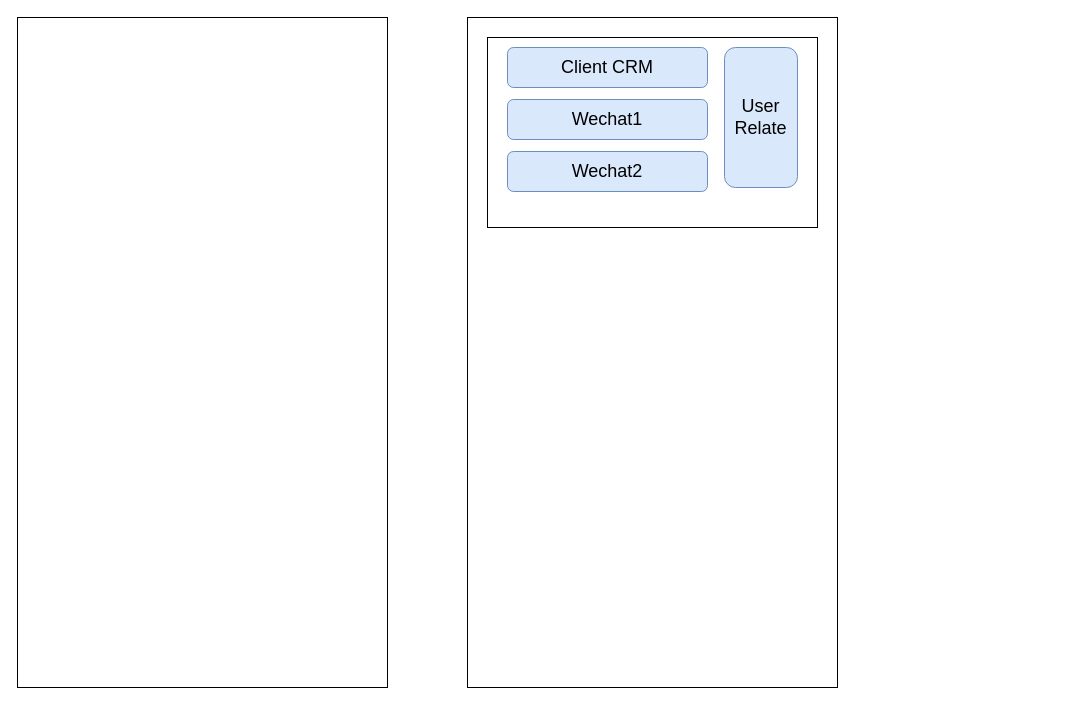
Before: Untitled Diagram.drawio in superjoeye/adhoc, a draw.io diagram. Source tidied: cells renumbered, new cells numbered last; positions are measured from the earlier drawing's top-left corner, leaving out a move shared by most shapes. Both pictures are drawn from the tidied source at 100%, with x=0, y=0 at pixel (17, 17).
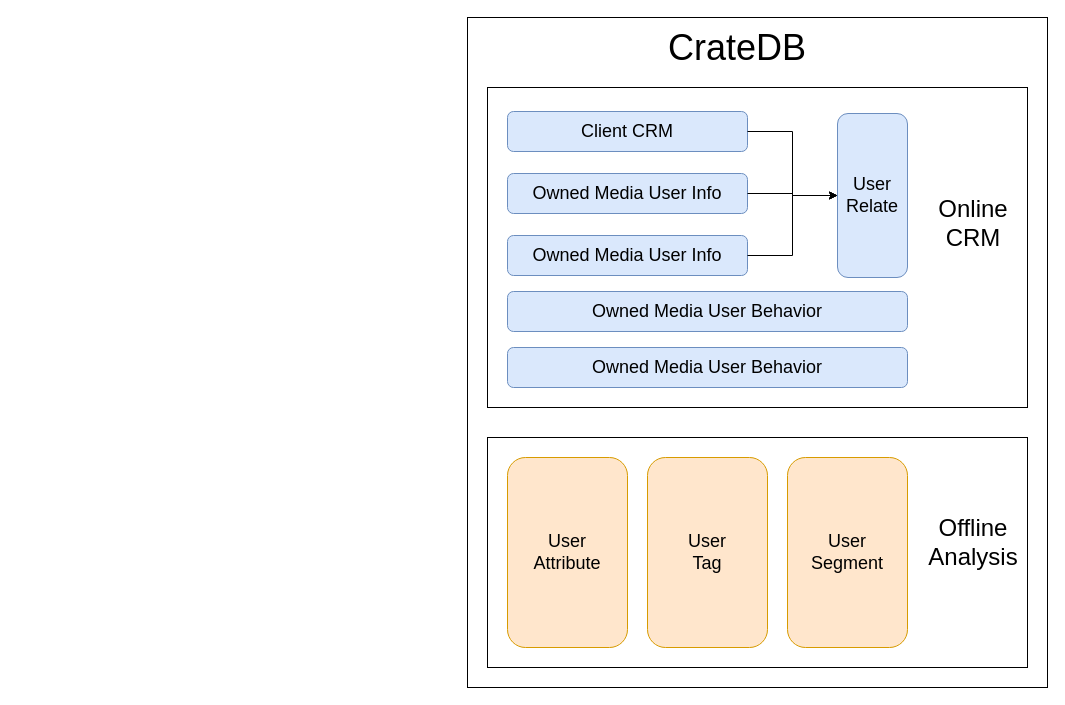
Above is the later version.

What changed in the source:
```diff
@@
 <mxGraphModel>
   <root>
     <mxCell id="0" />
     <mxCell id="1" parent="0" />
-    <mxCell id="2" style="rounded=0;whiteSpace=wrap;html=1;" parent="1" vertex="1">
-      <mxGeometry width="370" height="670" as="geometry" />
-    </mxCell>
     <mxCell id="3" style="rounded=0;whiteSpace=wrap;html=1;" parent="1" vertex="1">
-      <mxGeometry x="450" width="370" height="670" as="geometry" />
+      <mxGeometry x="450" width="580" height="670" as="geometry" />
     </mxCell>
+    <mxCell id="9" value="&lt;font style=&quot;font-size: 36px&quot;&gt;CrateDB&lt;/font&gt;" style="text;html=1;strokeColor=none;fillColor=none;align=center;verticalAlign=middle;whiteSpace=wrap;rounded=0;" parent="1" vertex="1">
+      <mxGeometry x="700" y="20" width="40" height="20" as="geometry" />
+    </mxCell>
+    <mxCell id="10" style="rounded=0;whiteSpace=wrap;html=1;" parent="1" vertex="1">
+      <mxGeometry x="470" y="420" width="540" height="230" as="geometry" />
+    </mxCell>
+    <mxCell id="11" value="&lt;font style=&quot;font-size: 18px&quot;&gt;User&lt;br&gt;Attribute&lt;/font&gt;" style="rounded=1;whiteSpace=wrap;html=1;fillColor=#ffe6cc;strokeColor=#d79b00;" parent="1" vertex="1">
+      <mxGeometry x="490" y="440" width="120" height="190" as="geometry" />
+    </mxCell>
     <mxCell id="4" style="rounded=0;whiteSpace=wrap;html=1;" parent="1" vertex="1">
-      <mxGeometry x="470" y="20" width="330" height="190" as="geometry" />
+      <mxGeometry x="470" y="70" width="540" height="320" as="geometry" />
     </mxCell>
     <mxCell id="5" value="&lt;font style=&quot;font-size: 18px&quot;&gt;Client CRM&lt;/font&gt;" style="rounded=1;whiteSpace=wrap;html=1;fillColor=#dae8fc;strokeColor=#6c8ebf;" parent="1" vertex="1">
-      <mxGeometry x="490" y="30" width="200" height="40" as="geometry" />
+      <mxGeometry x="490" y="94" width="240" height="40" as="geometry" />
     </mxCell>
-    <mxCell id="6" value="&lt;font style=&quot;font-size: 18px&quot;&gt;Wechat1&lt;/font&gt;" style="rounded=1;whiteSpace=wrap;html=1;fillColor=#dae8fc;strokeColor=#6c8ebf;" parent="1" vertex="1">
-      <mxGeometry x="490" y="82" width="200" height="40" as="geometry" />
+    <mxCell id="6" value="&lt;font style=&quot;font-size: 18px&quot;&gt;Owned Media User Info&lt;/font&gt;" style="rounded=1;whiteSpace=wrap;html=1;fillColor=#dae8fc;strokeColor=#6c8ebf;" parent="1" vertex="1">
+      <mxGeometry x="490" y="156" width="240" height="40" as="geometry" />
     </mxCell>
-    <mxCell id="7" value="&lt;font style=&quot;font-size: 18px&quot;&gt;Wechat2&lt;/font&gt;" style="rounded=1;whiteSpace=wrap;html=1;fillColor=#dae8fc;strokeColor=#6c8ebf;" parent="1" vertex="1">
-      <mxGeometry x="490" y="134" width="200" height="40" as="geometry" />
+    <mxCell id="7" value="&lt;span&gt;&lt;font style=&quot;font-size: 18px&quot;&gt;Owned Media User Info&lt;/font&gt;&lt;/span&gt;" style="rounded=1;whiteSpace=wrap;html=1;fillColor=#dae8fc;strokeColor=#6c8ebf;" parent="1" vertex="1">
+      <mxGeometry x="490" y="218" width="240" height="40" as="geometry" />
     </mxCell>
     <mxCell id="8" value="&lt;font style=&quot;font-size: 18px&quot;&gt;User&lt;br&gt;Relate&lt;/font&gt;" style="rounded=1;whiteSpace=wrap;html=1;fillColor=#dae8fc;strokeColor=#6c8ebf;" parent="1" vertex="1">
-      <mxGeometry x="707" y="30" width="73" height="140" as="geometry" />
+      <mxGeometry x="820" y="96" width="70" height="164" as="geometry" />
     </mxCell>
+    <mxCell id="12" style="edgeStyle=orthogonalEdgeStyle;rounded=0;jettySize=auto;html=1;exitX=1;exitY=0.5;exitDx=0;exitDy=0;" parent="1" edge="1" source="5" target="8">
+      <mxGeometry relative="1" as="geometry" />
+    </mxCell>
+    <mxCell id="13" style="edgeStyle=orthogonalEdgeStyle;rounded=0;jettySize=auto;html=1;exitX=1;exitY=0.5;exitDx=0;exitDy=0;" parent="1" edge="1" source="6" target="8">
+      <mxGeometry relative="1" as="geometry" />
+    </mxCell>
+    <mxCell id="14" style="edgeStyle=orthogonalEdgeStyle;rounded=0;jettySize=auto;html=1;exitX=1;exitY=0.5;exitDx=0;exitDy=0;entryX=0;entryY=0.5;entryDx=0;entryDy=0;" parent="1" edge="1" source="7" target="8">
+      <mxGeometry relative="1" as="geometry" />
+    </mxCell>
+    <mxCell id="15" value="&lt;font style=&quot;font-size: 18px&quot;&gt;Owned Media User Behavior&lt;/font&gt;" style="rounded=1;whiteSpace=wrap;html=1;fillColor=#dae8fc;strokeColor=#6c8ebf;" parent="1" vertex="1">
+      <mxGeometry x="490" y="274" width="400" height="40" as="geometry" />
+    </mxCell>
+    <mxCell id="16" value="&lt;font style=&quot;font-size: 18px&quot;&gt;Owned Media User Behavior&lt;/font&gt;" style="rounded=1;whiteSpace=wrap;html=1;fillColor=#dae8fc;strokeColor=#6c8ebf;" parent="1" vertex="1">
+      <mxGeometry x="490" y="330" width="400" height="40" as="geometry" />
+    </mxCell>
+    <mxCell id="17" value="&lt;font style=&quot;font-size: 24px&quot;&gt;Online&lt;br&gt;CRM&lt;/font&gt;" style="text;html=1;strokeColor=none;fillColor=none;align=center;verticalAlign=middle;whiteSpace=wrap;rounded=0;" parent="1" vertex="1">
+      <mxGeometry x="936" y="196" width="40" height="20" as="geometry" />
+    </mxCell>
+    <mxCell id="18" value="&lt;font style=&quot;font-size: 18px&quot;&gt;User&lt;br&gt;Tag&lt;/font&gt;" style="rounded=1;whiteSpace=wrap;html=1;fillColor=#ffe6cc;strokeColor=#d79b00;" parent="1" vertex="1">
+      <mxGeometry x="630" y="440" width="120" height="190" as="geometry" />
+    </mxCell>
+    <mxCell id="19" value="&lt;font style=&quot;font-size: 18px&quot;&gt;User&lt;br&gt;Segment&lt;/font&gt;" style="rounded=1;whiteSpace=wrap;html=1;fillColor=#ffe6cc;strokeColor=#d79b00;" parent="1" vertex="1">
+      <mxGeometry x="770" y="440" width="120" height="190" as="geometry" />
+    </mxCell>
+    <mxCell id="20" value="&lt;font&gt;&lt;font style=&quot;font-size: 24px&quot;&gt;Offline&lt;br&gt;Analysis&lt;/font&gt;&lt;br&gt;&lt;/font&gt;" style="text;html=1;strokeColor=none;fillColor=none;align=center;verticalAlign=middle;whiteSpace=wrap;rounded=0;" parent="1" vertex="1">
+      <mxGeometry x="936" y="515" width="40" height="20" as="geometry" />
+    </mxCell>
   </root>
 </mxGraphModel>
```
